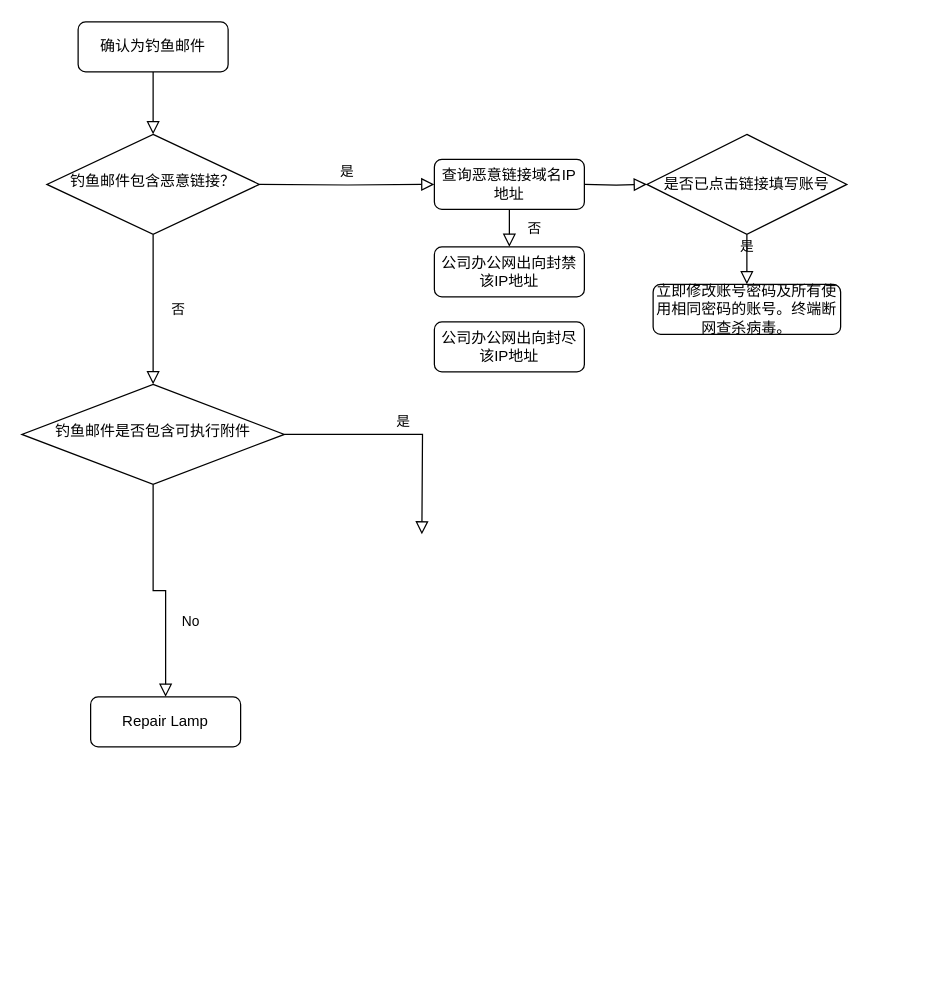
razor/1102_decoration keeps this draw.io diagram as phmail.drawio. Above is the earlier version. Source tidied: cells renumbered, new cells numbered last; positions are measured from the earlier drawing's top-left corner, leaving out a move shared by most shapes. Both pictures are drawn from the tidied source at 125%, with x=0, y=0 at pixel (21, 21).
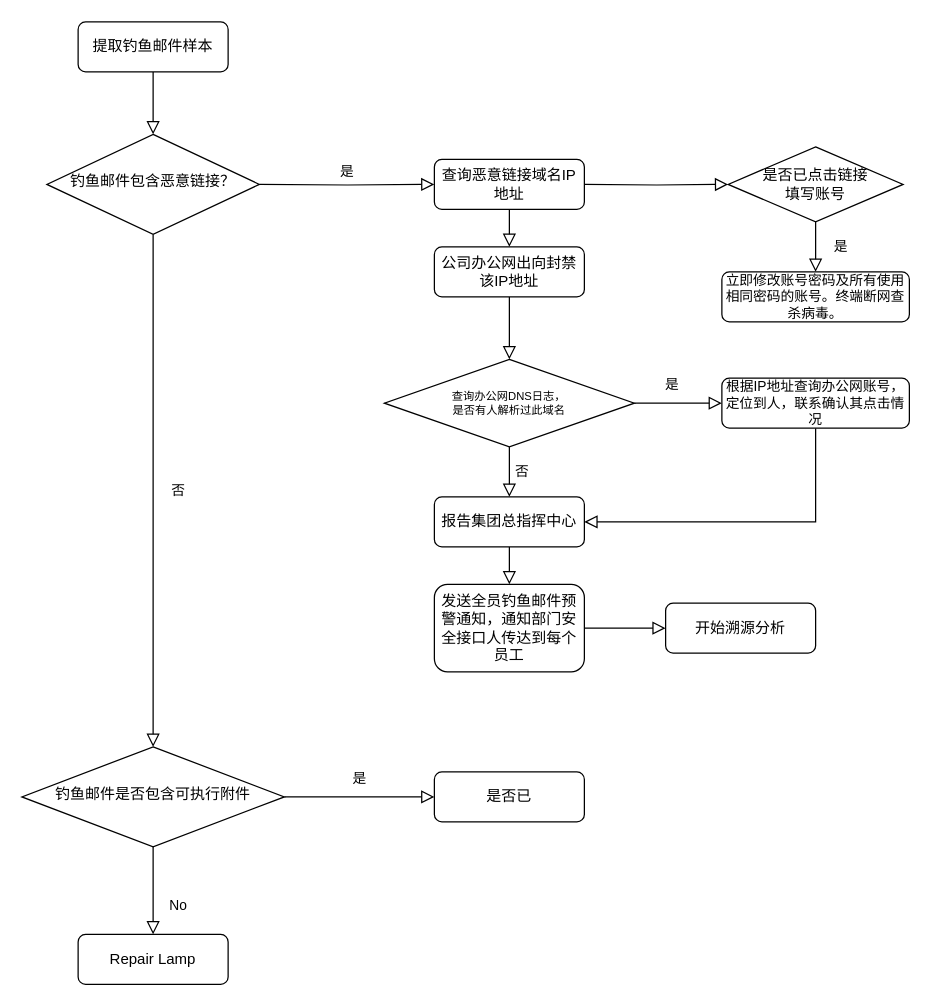
After the change.

Unchanged cells that the change refers to:
```xml
<mxCell id="11" value="查询恶意链接域名IP地址" style="rounded=1;whiteSpace=wrap;html=1;fontSize=12;glass=0;strokeWidth=1;shadow=0;" parent="1" vertex="1">
  <mxGeometry x="330" y="110" width="120" height="40" as="geometry" />
</mxCell>
<mxCell id="12" value="公司办公网出向封禁该IP地址" style="rounded=1;whiteSpace=wrap;html=1;fontSize=12;glass=0;strokeWidth=1;shadow=0;" parent="1" vertex="1">
  <mxGeometry x="330" y="180" width="120" height="40" as="geometry" />
</mxCell>
```

What changed in the source:
```diff
@@
-    <mxCell id="3" value="确认为钓鱼邮件" style="rounded=1;whiteSpace=wrap;html=1;fontSize=12;glass=0;strokeWidth=1;shadow=0;" parent="1" vertex="1">
+    <mxCell id="3" value="提取钓鱼邮件样本" style="rounded=1;whiteSpace=wrap;html=1;fontSize=12;glass=0;strokeWidth=1;shadow=0;" parent="1" vertex="1">
       <mxGeometry x="45" width="120" height="40" as="geometry" />
     </mxCell>
@@
-    <mxCell id="8" value="是" style="edgeStyle=orthogonalEdgeStyle;rounded=0;html=1;jettySize=auto;fontSize=11;endArrow=block;endFill=0;endSize=8;strokeWidth=1;shadow=0;labelBackgroundColor=none;" parent="1" edge="1" source="9">
-      <mxGeometry y="10" relative="1" as="geometry">
-        <mxPoint x="320" y="410" as="targetPoint" />
-      </mxGeometry>
-    </mxCell>
+    <mxCell id="19" style="edgeStyle=orthogonalEdgeStyle;rounded=0;jettySize=auto;html=1;exitX=1;exitY=0.5;exitDx=0;exitDy=0;entryX=0;entryY=0.5;entryDx=0;entryDy=0;fontSize=11;endArrow=block;endFill=0;endSize=8;" parent="1" edge="1" source="9" target="35">
+      <mxGeometry relative="1" as="geometry" />
+    </mxCell>
     <mxCell id="9" value="钓鱼邮件是否包含可执行附件" style="rhombus;whiteSpace=wrap;html=1;shadow=0;fontFamily=Helvetica;fontSize=12;align=center;strokeWidth=1;spacing=6;spacingTop=-4;" parent="1" vertex="1">
-      <mxGeometry y="290" width="210" height="80" as="geometry" />
+      <mxGeometry y="580" width="210" height="80" as="geometry" />
     </mxCell>
     <mxCell id="10" value="Repair Lamp" style="rounded=1;whiteSpace=wrap;html=1;fontSize=12;glass=0;strokeWidth=1;shadow=0;" parent="1" vertex="1">
-      <mxGeometry x="55" y="540" width="120" height="40" as="geometry" />
+      <mxGeometry x="45" y="730" width="120" height="40" as="geometry" />
     </mxCell>
@@
+    <mxCell id="20" style="edgeStyle=orthogonalEdgeStyle;rounded=0;jettySize=auto;html=1;endArrow=block;endFill=0;endSize=8;" parent="1" edge="1" source="12" target="24">
+      <mxGeometry relative="1" as="geometry" />
+    </mxCell>
@@
-    <mxCell id="13" value="否" style="rounded=0;html=1;jettySize=auto;fontSize=11;endArrow=block;endFill=0;endSize=8;strokeWidth=1;shadow=0;labelBackgroundColor=none;edgeStyle=orthogonalEdgeStyle;exitX=0.5;exitY=1;exitDx=0;exitDy=0;" parent="1" edge="1" source="11">
+    <mxCell id="13" style="rounded=0;html=1;jettySize=auto;fontSize=11;endArrow=block;endFill=0;endSize=8;strokeWidth=1;shadow=0;labelBackgroundColor=none;edgeStyle=orthogonalEdgeStyle;exitX=0.5;exitY=1;exitDx=0;exitDy=0;" parent="1" edge="1" source="11">
       <mxGeometry y="20" relative="1" as="geometry">
         <mxPoint x="390" y="180" as="targetPoint" />
       </mxGeometry>
     </mxCell>
-    <mxCell id="14" value="公司办公网出向封尽该IP地址" style="rounded=1;whiteSpace=wrap;html=1;fontSize=12;glass=0;strokeWidth=1;shadow=0;" parent="1" vertex="1">
-      <mxGeometry x="330" y="240" width="120" height="40" as="geometry" />
-    </mxCell>
+    <mxCell id="21" style="edgeStyle=orthogonalEdgeStyle;rounded=0;jettySize=auto;html=1;fontSize=11;endArrow=block;endFill=0;endSize=8;" parent="1" edge="1" source="15" target="18">
+      <mxGeometry relative="1" as="geometry" />
+    </mxCell>
-    <mxCell id="15" value="是否已点击链接填写账号" style="rhombus;whiteSpace=wrap;html=1;" parent="1" vertex="1">
-      <mxGeometry x="500" y="90" width="160" height="80" as="geometry" />
+    <mxCell id="15" value="是否已点击链接&lt;br&gt;填写账号" style="rhombus;whiteSpace=wrap;html=1;" parent="1" vertex="1">
+      <mxGeometry x="565" y="100" width="140" height="60" as="geometry" />
     </mxCell>
-    <mxCell id="16" value="是" style="edgeStyle=orthogonalEdgeStyle;rounded=0;html=1;jettySize=auto;fontSize=11;endArrow=block;endFill=0;endSize=8;strokeWidth=1;shadow=0;labelBackgroundColor=none;exitX=0.5;exitY=1;exitDx=0;exitDy=0;" parent="1" edge="1" source="15">
-      <mxGeometry y="10" relative="1" as="geometry">
-        <mxPoint x="580" y="210" as="targetPoint" />
-      </mxGeometry>
-    </mxCell>
@@
-    <mxCell id="18" value="立即修改账号密码及所有使用相同密码的账号。终端断网查杀病毒。" style="rounded=1;whiteSpace=wrap;html=1;fontSize=12;glass=0;strokeWidth=1;shadow=0;" parent="1" vertex="1">
-      <mxGeometry x="505" y="210" width="150" height="40" as="geometry" />
+    <mxCell id="18" value="&lt;font style=&quot;font-size: 11px;&quot;&gt;立即修改账号密码及所有使用相同密码的账号。终端断网查杀病毒。&lt;/font&gt;" style="rounded=1;whiteSpace=wrap;html=1;fontSize=11;glass=0;strokeWidth=1;shadow=0;" parent="1" vertex="1">
+      <mxGeometry x="560" y="200" width="150" height="40" as="geometry" />
     </mxCell>
+    <mxCell id="22" style="edgeStyle=orthogonalEdgeStyle;rounded=0;jettySize=auto;html=1;entryX=0.5;entryY=0;entryDx=0;entryDy=0;fontSize=11;endArrow=block;endFill=0;endSize=8;" parent="1" edge="1" source="24" target="27">
+      <mxGeometry relative="1" as="geometry" />
+    </mxCell>
+    <mxCell id="23" style="edgeStyle=orthogonalEdgeStyle;rounded=0;jettySize=auto;html=1;entryX=0;entryY=0.5;entryDx=0;entryDy=0;fontSize=11;endArrow=block;endFill=0;endSize=8;" parent="1" edge="1" source="24" target="31">
+      <mxGeometry relative="1" as="geometry" />
+    </mxCell>
+    <mxCell id="24" value="&lt;font style=&quot;font-size: 9px;&quot;&gt;查询办公网DNS日志，&lt;br&gt;是否有人解析过此域名&lt;/font&gt;" style="rhombus;whiteSpace=wrap;html=1;fontSize=7;" parent="1" vertex="1">
+      <mxGeometry x="290" y="270" width="200" height="70" as="geometry" />
+    </mxCell>
+    <mxCell id="25" value="是" style="text;html=1;align=center;verticalAlign=middle;strokeColor=none;fillColor=none;fontSize=11;" parent="1" vertex="1">
+      <mxGeometry x="635" y="165" width="40" height="30" as="geometry" />
+    </mxCell>
+    <mxCell id="26" style="edgeStyle=orthogonalEdgeStyle;rounded=0;jettySize=auto;html=1;entryX=0.5;entryY=0;entryDx=0;entryDy=0;fontSize=11;endArrow=block;endFill=0;endSize=8;" parent="1" edge="1" source="27" target="29">
+      <mxGeometry relative="1" as="geometry" />
+    </mxCell>
+    <mxCell id="27" value="报告集团总指挥中心" style="rounded=1;whiteSpace=wrap;html=1;fontSize=12;glass=0;strokeWidth=1;shadow=0;" parent="1" vertex="1">
+      <mxGeometry x="330" y="380" width="120" height="40" as="geometry" />
+    </mxCell>
+    <mxCell id="28" style="edgeStyle=orthogonalEdgeStyle;rounded=0;jettySize=auto;html=1;entryX=0;entryY=0.5;entryDx=0;entryDy=0;fontSize=11;endArrow=block;endFill=0;endSize=8;" parent="1" edge="1" source="29" target="34">
+      <mxGeometry relative="1" as="geometry" />
+    </mxCell>
+    <mxCell id="29" value="发送全员钓鱼邮件预警通知，通知部门安全接口人传达到每个员工" style="rounded=1;whiteSpace=wrap;html=1;fontSize=12;glass=0;strokeWidth=1;shadow=0;" parent="1" vertex="1">
+      <mxGeometry x="330" y="450" width="120" height="70" as="geometry" />
+    </mxCell>
+    <mxCell id="30" style="edgeStyle=orthogonalEdgeStyle;rounded=0;jettySize=auto;html=1;entryX=1;entryY=0.5;entryDx=0;entryDy=0;fontSize=11;endArrow=block;endFill=0;endSize=8;" parent="1" edge="1" source="31" target="27">
+      <mxGeometry relative="1" as="geometry">
+        <Array as="points">
+          <mxPoint x="635" y="400" />
+        </Array>
+      </mxGeometry>
+    </mxCell>
+    <mxCell id="31" value="根据IP地址查询办公网账号，定位到人，联系确认其点击情况" style="rounded=1;whiteSpace=wrap;html=1;fontSize=11;glass=0;strokeWidth=1;shadow=0;" parent="1" vertex="1">
+      <mxGeometry x="560" y="285" width="150" height="40" as="geometry" />
+    </mxCell>
+    <mxCell id="32" value="是" style="text;html=1;align=center;verticalAlign=middle;strokeColor=none;fillColor=none;fontSize=11;" parent="1" vertex="1">
+      <mxGeometry x="500" y="275" width="40" height="30" as="geometry" />
+    </mxCell>
+    <mxCell id="33" value="否" style="text;html=1;align=center;verticalAlign=middle;strokeColor=none;fillColor=none;fontSize=11;" parent="1" vertex="1">
+      <mxGeometry x="380" y="345" width="40" height="30" as="geometry" />
+    </mxCell>
+    <mxCell id="34" value="开始溯源分析" style="rounded=1;whiteSpace=wrap;html=1;fontSize=12;glass=0;strokeWidth=1;shadow=0;" parent="1" vertex="1">
+      <mxGeometry x="515" y="465" width="120" height="40" as="geometry" />
+    </mxCell>
+    <mxCell id="35" value="是否已" style="rounded=1;whiteSpace=wrap;html=1;fontSize=12;glass=0;strokeWidth=1;shadow=0;" parent="1" vertex="1">
+      <mxGeometry x="330" y="600" width="120" height="40" as="geometry" />
+    </mxCell>
+    <mxCell id="36" value="是" style="text;html=1;align=center;verticalAlign=middle;strokeColor=none;fillColor=none;fontSize=11;" parent="1" vertex="1">
+      <mxGeometry x="250" y="590" width="40" height="30" as="geometry" />
+    </mxCell>
```
